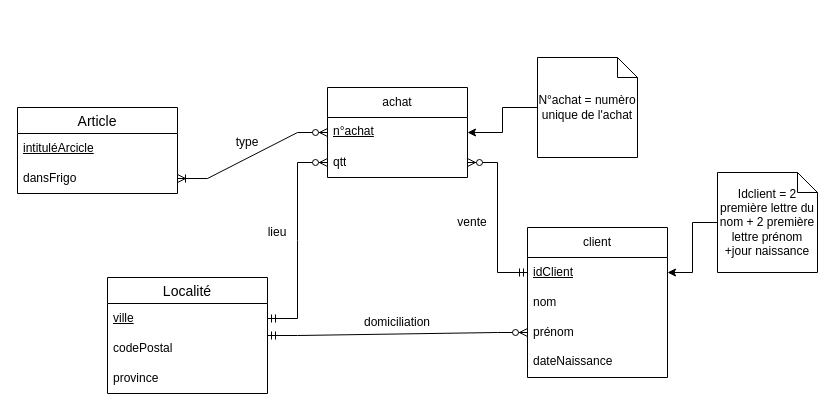
Before: Diagramme sans nom.drawio in arnaud07/sch-ma, a draw.io diagram. Source tidied: cells renumbered, new cells numbered last; positions are measured from the earlier drawing's top-left corner, leaving out a move shared by most shapes. Both pictures are drawn from the tidied source at 100%, with x=0, y=0 at pixel (17, 57).
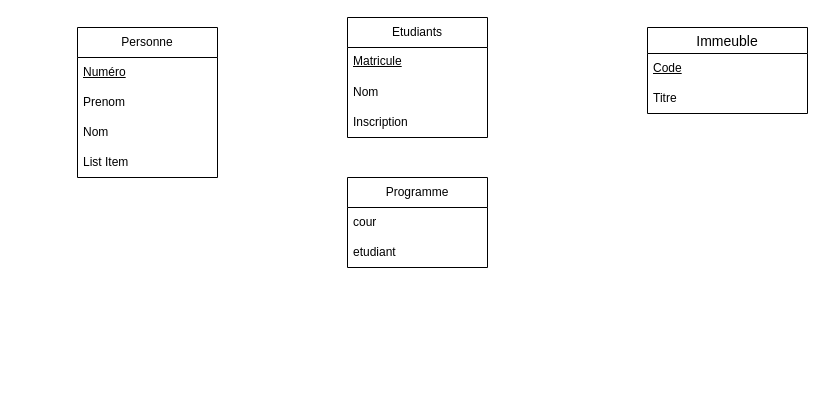
After the change.

Change to the diagram source:
```diff
@@
-    <mxCell id="2" value="&lt;div&gt;client&lt;/div&gt;" style="swimlane;fontStyle=0;horizontal=1;startSize=30;whiteSpace=wrap;html=1;" parent="1" vertex="1">
-      <mxGeometry x="510" y="170" width="140" height="150" as="geometry" />
+    <mxCell id="2" value="Personne" style="swimlane;fontStyle=0;horizontal=1;startSize=30;whiteSpace=wrap;html=1;" parent="1" vertex="1">
+      <mxGeometry x="60" y="-30" width="140" height="150" as="geometry" />
     </mxCell>
-    <mxCell id="3" value="&lt;div&gt;&lt;u&gt;idClient&lt;/u&gt;&lt;/div&gt;" style="text;strokeColor=none;fillColor=none;align=left;verticalAlign=middle;spacingLeft=4;spacingRight=4;overflow=hidden;points=[[0,0.5],[1,0.5]];portConstraint=eastwest;whiteSpace=wrap;html=1;" parent="2" vertex="1">
+    <mxCell id="3" value="&lt;u&gt;Numéro&lt;/u&gt;" style="text;strokeColor=none;fillColor=none;align=left;verticalAlign=middle;spacingLeft=4;spacingRight=4;overflow=hidden;points=[[0,0.5],[1,0.5]];portConstraint=eastwest;whiteSpace=wrap;html=1;" parent="2" vertex="1">
       <mxGeometry y="30" width="140" height="30" as="geometry" />
     </mxCell>
-    <mxCell id="4" value="&lt;div&gt;nom&lt;span style=&quot;white-space: pre;&quot;&gt;&#9;&lt;/span&gt;&lt;/div&gt;" style="text;strokeColor=none;fillColor=none;align=left;verticalAlign=middle;spacingLeft=4;spacingRight=4;overflow=hidden;whiteSpace=wrap;html=1;" parent="2" vertex="1">
-      <mxGeometry y="60" width="140" height="30" as="geometry" />
-    </mxCell>
+    <mxCell id="29" value="Prenom" style="text;strokeColor=none;fillColor=none;align=left;verticalAlign=middle;spacingLeft=4;spacingRight=4;overflow=hidden;whiteSpace=wrap;html=1;" parent="2" vertex="1">
+      <mxGeometry y="60" width="140" height="30" as="geometry" />
+    </mxCell>
-    <mxCell id="5" value="prénom" style="text;strokeColor=none;fillColor=none;align=left;verticalAlign=middle;spacingLeft=4;spacingRight=4;overflow=hidden;points=[[0,0.5],[1,0.5]];portConstraint=eastwest;whiteSpace=wrap;html=1;" parent="2" vertex="1">
+    <mxCell id="5" value="&lt;div&gt;Nom&lt;/div&gt;" style="text;strokeColor=none;fillColor=none;align=left;verticalAlign=middle;spacingLeft=4;spacingRight=4;overflow=hidden;points=[[0,0.5],[1,0.5]];portConstraint=eastwest;whiteSpace=wrap;html=1;" parent="2" vertex="1">
       <mxGeometry y="90" width="140" height="30" as="geometry" />
     </mxCell>
-    <mxCell id="6" value="&lt;div&gt;dateNaissance&lt;/div&gt;" style="text;strokeColor=none;fillColor=none;spacingLeft=4;spacingRight=4;overflow=hidden;fontSize=12;whiteSpace=wrap;html=1;" parent="2" vertex="1">
-      <mxGeometry y="120" width="140" height="30" as="geometry" />
-    </mxCell>
+    <mxCell id="30" value="List Item" style="text;strokeColor=none;fillColor=none;align=left;verticalAlign=middle;spacingLeft=4;spacingRight=4;overflow=hidden;whiteSpace=wrap;html=1;" parent="2" vertex="1">
+      <mxGeometry y="120" width="140" height="30" as="geometry" />
+    </mxCell>
-    <mxCell id="7" value="&lt;div&gt;achat&lt;/div&gt;" style="swimlane;fontStyle=0;horizontal=1;startSize=30;whiteSpace=wrap;html=1;" parent="1" vertex="1">
-      <mxGeometry x="310" y="30" width="140" height="90" as="geometry" />
+    <mxCell id="7" value="Etudiants" style="swimlane;fontStyle=0;horizontal=1;startSize=30;whiteSpace=wrap;html=1;" parent="1" vertex="1">
+      <mxGeometry x="330" y="-40" width="140" height="120" as="geometry" />
     </mxCell>
-    <mxCell id="8" value="&lt;u&gt;n°achat&lt;/u&gt;" style="text;strokeColor=none;fillColor=none;spacingLeft=4;spacingRight=4;overflow=hidden;points=[[0,0.5],[1,0.5]];portConstraint=eastwest;fontSize=12;whiteSpace=wrap;html=1;" parent="7" vertex="1">
+    <mxCell id="8" value="&lt;u&gt;Matricule&lt;/u&gt;" style="text;strokeColor=none;fillColor=none;spacingLeft=4;spacingRight=4;overflow=hidden;points=[[0,0.5],[1,0.5]];portConstraint=eastwest;fontSize=12;whiteSpace=wrap;html=1;" parent="7" vertex="1">
       <mxGeometry y="30" width="140" height="30" as="geometry" />
     </mxCell>
-    <mxCell id="9" value="&lt;div&gt;qtt&lt;/div&gt;" style="text;strokeColor=none;fillColor=none;align=left;verticalAlign=middle;spacingLeft=4;spacingRight=4;overflow=hidden;points=[[0,0.5],[1,0.5]];portConstraint=eastwest;whiteSpace=wrap;html=1;" parent="7" vertex="1">
+    <mxCell id="9" value="&lt;div&gt;Nom&lt;/div&gt;" style="text;strokeColor=none;fillColor=none;align=left;verticalAlign=middle;spacingLeft=4;spacingRight=4;overflow=hidden;points=[[0,0.5],[1,0.5]];portConstraint=eastwest;whiteSpace=wrap;html=1;" parent="7" vertex="1">
       <mxGeometry y="60" width="140" height="30" as="geometry" />
     </mxCell>
-    <mxCell id="10" value="Article" style="swimlane;fontStyle=0;horizontal=1;startSize=26;align=center;fontSize=14;" parent="1" vertex="1">
-      <mxGeometry y="50" width="160" height="86" as="geometry" />
-    </mxCell>
-    <mxCell id="11" value="&lt;div&gt;&lt;u&gt;intituléArcicle&lt;/u&gt;&lt;/div&gt;" style="text;strokeColor=none;fillColor=none;align=left;verticalAlign=middle;spacingLeft=4;spacingRight=4;overflow=hidden;whiteSpace=wrap;html=1;" parent="10" vertex="1">
-      <mxGeometry y="26" width="160" height="30" as="geometry" />
-    </mxCell>
-    <mxCell id="12" value="&lt;div&gt;dansFrigo&lt;/div&gt;" style="text;strokeColor=none;fillColor=none;align=left;verticalAlign=middle;spacingLeft=4;spacingRight=4;overflow=hidden;points=[[0,0.5],[1,0.5]];portConstraint=eastwest;whiteSpace=wrap;html=1;" parent="10" vertex="1">
-      <mxGeometry y="56" width="160" height="30" as="geometry" />
-    </mxCell>
+    <mxCell id="31" value="Inscription" style="text;strokeColor=none;fillColor=none;align=left;verticalAlign=middle;spacingLeft=4;spacingRight=4;overflow=hidden;whiteSpace=wrap;html=1;" parent="7" vertex="1">
+      <mxGeometry y="90" width="140" height="30" as="geometry" />
+    </mxCell>
-    <mxCell id="13" value="Localité" style="swimlane;fontStyle=0;horizontal=1;startSize=26;align=center;fontSize=14;" parent="1" vertex="1">
-      <mxGeometry x="90" y="220" width="160" height="116" as="geometry" />
+    <mxCell id="13" value="Immeuble" style="swimlane;fontStyle=0;horizontal=1;startSize=26;align=center;fontSize=14;" parent="1" vertex="1">
+      <mxGeometry x="630" y="-30" width="160" height="86" as="geometry" />
     </mxCell>
-    <mxCell id="14" value="&lt;div&gt;&lt;u&gt;ville&lt;/u&gt;&lt;/div&gt;" style="text;strokeColor=none;fillColor=none;align=left;verticalAlign=middle;spacingLeft=4;spacingRight=4;overflow=hidden;points=[[0,0.5],[1,0.5]];portConstraint=eastwest;whiteSpace=wrap;html=1;" parent="13" vertex="1">
+    <mxCell id="14" value="&lt;u&gt;Code&lt;/u&gt;" style="text;strokeColor=none;fillColor=none;align=left;verticalAlign=middle;spacingLeft=4;spacingRight=4;overflow=hidden;points=[[0,0.5],[1,0.5]];portConstraint=eastwest;whiteSpace=wrap;html=1;" parent="13" vertex="1">
       <mxGeometry y="26" width="160" height="30" as="geometry" />
     </mxCell>
-    <mxCell id="15" value="codePostal" style="text;strokeColor=none;fillColor=none;align=left;verticalAlign=middle;spacingLeft=4;spacingRight=4;overflow=hidden;whiteSpace=wrap;html=1;" parent="13" vertex="1">
+    <mxCell id="15" value="Titre" style="text;strokeColor=none;fillColor=none;align=left;verticalAlign=middle;spacingLeft=4;spacingRight=4;overflow=hidden;whiteSpace=wrap;html=1;" parent="13" vertex="1">
       <mxGeometry y="56" width="160" height="30" as="geometry" />
     </mxCell>
-    <mxCell id="16" value="&lt;div&gt;province&lt;/div&gt;" style="text;strokeColor=none;fillColor=none;align=left;verticalAlign=middle;spacingLeft=4;spacingRight=4;overflow=hidden;whiteSpace=wrap;html=1;" parent="13" vertex="1">
-      <mxGeometry y="86" width="160" height="30" as="geometry" />
-    </mxCell>
-    <mxCell id="17" style="edgeStyle=entityRelationEdgeStyle;fontSize=12;html=1;endArrow=ERzeroToMany;startArrow=ERmandOne;rounded=0;exitX=0;exitY=0.5;exitDx=0;exitDy=0;entryX=1;entryY=0.5;entryDx=0;entryDy=0;" parent="1" edge="1" source="3" target="9">
-      <mxGeometry relative="1" as="geometry" />
-    </mxCell>
-    <mxCell id="18" style="edgeStyle=entityRelationEdgeStyle;fontSize=12;html=1;endArrow=ERzeroToMany;startArrow=ERmandOne;rounded=0;entryX=0;entryY=0.5;entryDx=0;entryDy=0;exitX=1;exitY=0.5;exitDx=0;exitDy=0;" parent="1" edge="1" source="13" target="5">
-      <mxGeometry relative="1" as="geometry" />
-    </mxCell>
-    <mxCell id="19" style="edgeStyle=entityRelationEdgeStyle;fontSize=12;html=1;endArrow=ERzeroToMany;startArrow=ERmandOne;rounded=0;" parent="1" edge="1" source="14" target="9">
-      <mxGeometry relative="1" as="geometry">
-        <Array as="points">
-          <mxPoint x="380" y="153.5" />
-          <mxPoint x="280" y="223.5" />
-          <mxPoint x="330" y="194.5" />
-          <mxPoint x="330" y="204.5" />
-          <mxPoint x="400" y="123.5" />
-        </Array>
-      </mxGeometry>
-    </mxCell>
-    <mxCell id="20" value="&lt;div&gt;Idclient = 2 première lettre du nom + 2 première lettre prénom +jour naissance&lt;/div&gt;" style="shape=note;size=20;whiteSpace=wrap;html=1;" parent="1" vertex="1">
-      <mxGeometry x="700" y="115" width="100" height="100" as="geometry" />
-    </mxCell>
-    <mxCell id="21" style="edgeStyle=orthogonalEdgeStyle;rounded=0;jettySize=auto;html=1;" parent="1" edge="1" source="20" target="3">
-      <mxGeometry relative="1" as="geometry" />
-    </mxCell>
-    <mxCell id="22" style="edgeStyle=orthogonalEdgeStyle;rounded=0;jettySize=auto;html=1;" parent="1" edge="1" source="23" target="8">
-      <mxGeometry relative="1" as="geometry" />
-    </mxCell>
-    <mxCell id="23" value="&lt;div&gt;N°achat = numèro unique de l'achat&lt;/div&gt;" style="shape=note;size=20;whiteSpace=wrap;html=1;" parent="1" vertex="1">
-      <mxGeometry x="520" width="100" height="100" as="geometry" />
-    </mxCell>
-    <mxCell id="24" style="edgeStyle=entityRelationEdgeStyle;fontSize=12;html=1;endArrow=ERoneToMany;startArrow=ERzeroToMany;rounded=0;" parent="1" edge="1" source="8" target="12">
-      <mxGeometry relative="1" as="geometry" />
-    </mxCell>
-    <mxCell id="25" value="vente" style="text;html=1;align=center;verticalAlign=middle;whiteSpace=wrap;rounded=0;" parent="1" vertex="1">
-      <mxGeometry x="425" y="150" width="60" height="30" as="geometry" />
-    </mxCell>
-    <mxCell id="26" value="domiciliation" style="text;html=1;align=center;verticalAlign=middle;whiteSpace=wrap;rounded=0;" parent="1" vertex="1">
-      <mxGeometry x="350" y="250" width="60" height="30" as="geometry" />
-    </mxCell>
-    <mxCell id="27" value="lieu" style="text;html=1;align=center;verticalAlign=middle;whiteSpace=wrap;rounded=0;" parent="1" vertex="1">
-      <mxGeometry x="230" y="160" width="60" height="30" as="geometry" />
-    </mxCell>
-    <mxCell id="28" value="&lt;div&gt;type&lt;/div&gt;" style="text;html=1;align=center;verticalAlign=middle;whiteSpace=wrap;rounded=0;" parent="1" vertex="1">
-      <mxGeometry x="200" y="70" width="60" height="30" as="geometry" />
-    </mxCell>
+    <mxCell id="32" value="Programme" style="swimlane;fontStyle=0;horizontal=1;startSize=30;whiteSpace=wrap;html=1;" parent="1" vertex="1">
+      <mxGeometry x="330" y="120" width="140" height="90" as="geometry" />
+    </mxCell>
+    <mxCell id="33" value="cour" style="text;strokeColor=none;fillColor=none;align=left;verticalAlign=middle;spacingLeft=4;spacingRight=4;overflow=hidden;whiteSpace=wrap;html=1;" parent="32" vertex="1">
+      <mxGeometry y="30" width="140" height="30" as="geometry" />
+    </mxCell>
+    <mxCell id="34" value="etudiant" style="text;strokeColor=none;fillColor=none;align=left;verticalAlign=middle;spacingLeft=4;spacingRight=4;overflow=hidden;whiteSpace=wrap;html=1;" parent="32" vertex="1">
+      <mxGeometry y="60" width="140" height="30" as="geometry" />
+    </mxCell>
```
